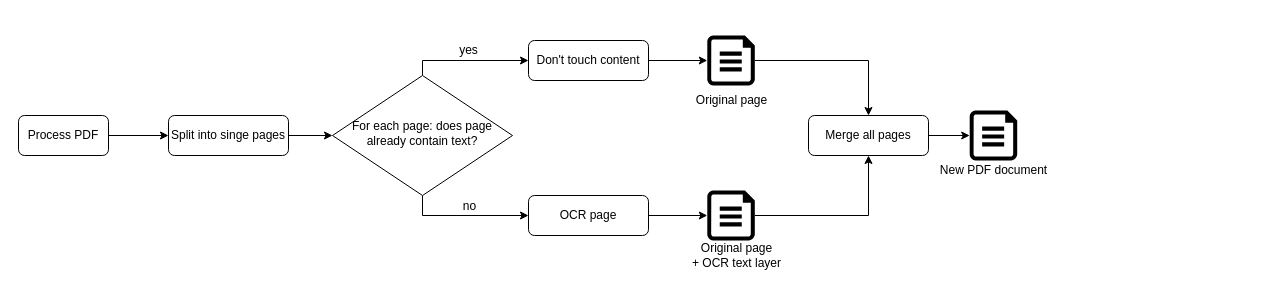
Before: doc/diagramms/pdf.drawio in R0Wi-DEV/workflow_ocr, a draw.io diagram. Source tidied: cells renumbered, new cells numbered last; positions are measured from the earlier drawing's top-left corner, leaving out a move shared by most shapes. Both pictures are drawn from the tidied source at 100%, with x=0, y=0 at pixel (18, 35).
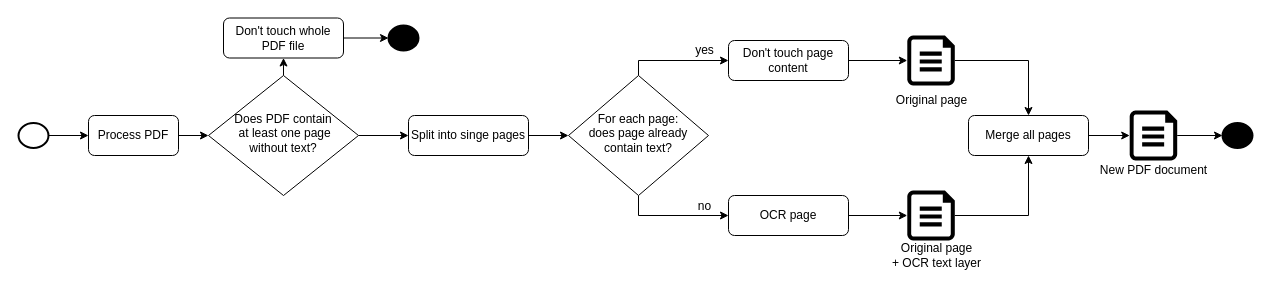
Above is the later version.

Change to the diagram source:
```diff
@@
-    <mxCell id="2" style="edgeStyle=orthogonalEdgeStyle;rounded=0;jettySize=auto;html=1;exitX=1;exitY=0.5;exitDx=0;exitDy=0;entryX=0;entryY=0.5;entryDx=0;entryDy=0;" parent="1" edge="1" source="3" target="9">
-      <mxGeometry relative="1" as="geometry" />
-    </mxCell>
+    <mxCell id="25" style="edgeStyle=orthogonalEdgeStyle;rounded=0;jettySize=auto;html=1;" parent="1" edge="1" source="3" target="33">
+      <mxGeometry relative="1" as="geometry" />
+    </mxCell>
     <mxCell id="3" value="Process PDF" style="rounded=1;whiteSpace=wrap;html=1;fontSize=12;glass=0;strokeWidth=1;shadow=0;" parent="1" vertex="1">
-      <mxGeometry y="80" width="90" height="40" as="geometry" />
+      <mxGeometry x="70" y="80" width="90" height="40" as="geometry" />
     </mxCell>
-    <mxCell id="4" style="edgeStyle=orthogonalEdgeStyle;rounded=0;jettySize=auto;html=1;entryX=0;entryY=0.5;entryDx=0;entryDy=0;" parent="1" edge="1" source="7" target="11">
+    <mxCell id="4" style="edgeStyle=orthogonalEdgeStyle;rounded=0;jettySize=auto;html=1;entryX=0;entryY=0.5;entryDx=0;entryDy=0;exitX=0.5;exitY=0;exitDx=0;exitDy=0;" parent="1" edge="1" source="7" target="11">
       <mxGeometry relative="1" as="geometry">
         <Array as="points">
-          <mxPoint x="404" y="25" />
+          <mxPoint x="620" y="25" />
         </Array>
       </mxGeometry>
     </mxCell>
-    <mxCell id="5" style="edgeStyle=orthogonalEdgeStyle;rounded=0;jettySize=auto;html=1;entryX=0;entryY=0.5;entryDx=0;entryDy=0;" parent="1" edge="1" source="7" target="13">
+    <mxCell id="5" style="edgeStyle=orthogonalEdgeStyle;rounded=0;jettySize=auto;html=1;entryX=0;entryY=0.5;entryDx=0;entryDy=0;exitX=0.5;exitY=1;exitDx=0;exitDy=0;" parent="1" edge="1" source="7" target="13">
       <mxGeometry relative="1" as="geometry">
         <Array as="points">
-          <mxPoint x="404" y="180" />
+          <mxPoint x="620" y="180" />
         </Array>
       </mxGeometry>
     </mxCell>
     <mxCell id="6" value="no" style="edgeLabel;html=1;align=center;verticalAlign=middle;fontSize=12;" parent="5" vertex="1">
       <mxGeometry x="0.33" relative="1" as="geometry">
-        <mxPoint x="-18" y="-10" as="offset" />
+        <mxPoint x="12.7" y="-10" as="offset" />
       </mxGeometry>
     </mxCell>
-    <mxCell id="7" value="For each page: does page already contain text?" style="rhombus;whiteSpace=wrap;html=1;shadow=0;fontFamily=Helvetica;fontSize=12;align=center;strokeWidth=1;spacing=6;spacingTop=-4;" parent="1" vertex="1">
-      <mxGeometry x="314" y="40" width="180" height="120" as="geometry" />
+    <mxCell id="7" value="For each page: &lt;br&gt;does page already &lt;br&gt;contain text?" style="rhombus;whiteSpace=wrap;html=1;shadow=0;fontFamily=Helvetica;fontSize=12;align=center;strokeWidth=1;spacing=6;spacingTop=-4;" parent="1" vertex="1">
+      <mxGeometry x="550" y="40" width="140" height="120" as="geometry" />
     </mxCell>
@@
     <mxCell id="9" value="Split into singe pages" style="rounded=1;whiteSpace=wrap;html=1;fontSize=12;glass=0;strokeWidth=1;shadow=0;" parent="1" vertex="1">
-      <mxGeometry x="150" y="80" width="120" height="40" as="geometry" />
+      <mxGeometry x="390" y="80" width="120" height="40" as="geometry" />
     </mxCell>
@@
-    <mxCell id="11" value="Don't touch content" style="rounded=1;whiteSpace=wrap;html=1;fontSize=12;glass=0;strokeWidth=1;shadow=0;" parent="1" vertex="1">
-      <mxGeometry x="510" y="5" width="120" height="40" as="geometry" />
+    <mxCell id="11" value="Don't touch page content" style="rounded=1;whiteSpace=wrap;html=1;fontSize=12;glass=0;strokeWidth=1;shadow=0;" parent="1" vertex="1">
+      <mxGeometry x="710" y="5" width="120" height="40" as="geometry" />
     </mxCell>
@@
     <mxCell id="13" value="OCR page" style="rounded=1;whiteSpace=wrap;html=1;fontSize=12;glass=0;strokeWidth=1;shadow=0;" parent="1" vertex="1">
-      <mxGeometry x="510" y="160" width="120" height="40" as="geometry" />
+      <mxGeometry x="710" y="160" width="120" height="40" as="geometry" />
     </mxCell>
@@
     <mxCell id="15" style="verticalLabelPosition=bottom;html=1;verticalAlign=top;align=center;strokeColor=none;shape=mxgraph.azure.cloud_services_configuration_file;fillColor=#000000;" parent="1" vertex="1">
-      <mxGeometry x="688.8" width="47.5" height="50" as="geometry" />
+      <mxGeometry x="888.8" width="47.5" height="50" as="geometry" />
     </mxCell>
     <mxCell id="16" value="Original page" style="text;html=1;align=center;verticalAlign=middle;" parent="1" vertex="1">
-      <mxGeometry x="667.5" y="55" width="90" height="20" as="geometry" />
+      <mxGeometry x="867.5" y="55" width="90" height="20" as="geometry" />
     </mxCell>
@@
     <mxCell id="18" style="verticalLabelPosition=bottom;html=1;verticalAlign=top;align=center;strokeColor=none;shape=mxgraph.azure.cloud_services_configuration_file;fillColor=#000000;" parent="1" vertex="1">
-      <mxGeometry x="688.8" y="155" width="47.5" height="50" as="geometry" />
+      <mxGeometry x="888.8" y="155" width="47.5" height="50" as="geometry" />
     </mxCell>
     <mxCell id="19" value="Original page &lt;br&gt;+ OCR text layer" style="text;html=1;align=center;verticalAlign=middle;" parent="1" vertex="1">
-      <mxGeometry x="667.5" y="205" width="100" height="30" as="geometry" />
+      <mxGeometry x="867.5" y="205" width="100" height="30" as="geometry" />
     </mxCell>
@@
     <mxCell id="21" value="Merge all pages" style="rounded=1;whiteSpace=wrap;html=1;fontSize=12;glass=0;strokeWidth=1;shadow=0;" parent="1" vertex="1">
-      <mxGeometry x="790" y="80" width="120" height="40" as="geometry" />
+      <mxGeometry x="950" y="80" width="120" height="40" as="geometry" />
     </mxCell>
+    <mxCell id="26" style="edgeStyle=orthogonalEdgeStyle;rounded=0;jettySize=auto;html=1;exitX=1;exitY=0.5;exitDx=0;exitDy=0;exitPerimeter=0;entryX=0;entryY=0.5;entryDx=0;entryDy=0;entryPerimeter=0;" parent="1" edge="1" source="22" target="29">
+      <mxGeometry relative="1" as="geometry" />
+    </mxCell>
     <mxCell id="22" style="verticalLabelPosition=bottom;html=1;verticalAlign=top;align=center;strokeColor=none;shape=mxgraph.azure.cloud_services_configuration_file;fillColor=#000000;" parent="1" vertex="1">
-      <mxGeometry x="951.2" y="75" width="47.5" height="50" as="geometry" />
+      <mxGeometry x="1111.2" y="75" width="47.5" height="50" as="geometry" />
     </mxCell>
     <mxCell id="23" value="New PDF document" style="text;html=1;align=center;verticalAlign=middle;" parent="1" vertex="1">
-      <mxGeometry x="915" y="125" width="120" height="20" as="geometry" />
+      <mxGeometry x="1075" y="125" width="120" height="20" as="geometry" />
     </mxCell>
     <mxCell id="24" value="yes" style="text;html=1;align=center;verticalAlign=middle;" parent="1" vertex="1">
-      <mxGeometry x="435" y="5" width="30" height="20" as="geometry" />
+      <mxGeometry x="671" y="5" width="30" height="20" as="geometry" />
     </mxCell>
+    <mxCell id="27" style="edgeStyle=orthogonalEdgeStyle;rounded=0;jettySize=auto;html=1;" parent="1" edge="1" source="28" target="3">
+      <mxGeometry relative="1" as="geometry" />
+    </mxCell>
+    <mxCell id="28" style="strokeWidth=2;html=1;shape=mxgraph.flowchart.start_2;whiteSpace=wrap;" parent="1" vertex="1">
+      <mxGeometry y="87.5" width="30" height="25" as="geometry" />
+    </mxCell>
+    <mxCell id="29" style="strokeWidth=2;html=1;shape=mxgraph.flowchart.start_2;whiteSpace=wrap;fillColor=#000000;" parent="1" vertex="1">
+      <mxGeometry x="1204" y="87.5" width="30" height="25" as="geometry" />
+    </mxCell>
+    <mxCell id="30" style="strokeWidth=2;html=1;shape=mxgraph.flowchart.start_2;whiteSpace=wrap;fillColor=#000000;" parent="1" vertex="1">
+      <mxGeometry x="370" y="-10" width="30" height="25" as="geometry" />
+    </mxCell>
+    <mxCell id="31" style="edgeStyle=orthogonalEdgeStyle;rounded=0;jettySize=auto;html=1;exitX=1;exitY=0.5;exitDx=0;exitDy=0;" parent="1" edge="1" source="33" target="9">
+      <mxGeometry relative="1" as="geometry" />
+    </mxCell>
+    <mxCell id="32" style="edgeStyle=orthogonalEdgeStyle;rounded=0;jettySize=auto;html=1;exitX=0.5;exitY=0;exitDx=0;exitDy=0;entryX=0.5;entryY=1;entryDx=0;entryDy=0;" parent="1" edge="1" source="33" target="35">
+      <mxGeometry relative="1" as="geometry" />
+    </mxCell>
+    <mxCell id="33" value="Does PDF contain&lt;br&gt;&amp;nbsp;at least one page &lt;br&gt;without text?" style="rhombus;whiteSpace=wrap;html=1;shadow=0;fontFamily=Helvetica;fontSize=12;align=center;strokeWidth=1;spacing=6;spacingTop=-4;" parent="1" vertex="1">
+      <mxGeometry x="190" y="40" width="150" height="120" as="geometry" />
+    </mxCell>
+    <mxCell id="34" style="edgeStyle=orthogonalEdgeStyle;rounded=0;jettySize=auto;html=1;exitX=1;exitY=0.5;exitDx=0;exitDy=0;entryX=0;entryY=0.5;entryDx=0;entryDy=0;entryPerimeter=0;" parent="1" edge="1" source="35" target="30">
+      <mxGeometry relative="1" as="geometry" />
+    </mxCell>
+    <mxCell id="35" value="Don't touch whole PDF file" style="rounded=1;whiteSpace=wrap;html=1;fontSize=12;glass=0;strokeWidth=1;shadow=0;" parent="1" vertex="1">
+      <mxGeometry x="205" y="-17.5" width="120" height="40" as="geometry" />
+    </mxCell>
```
